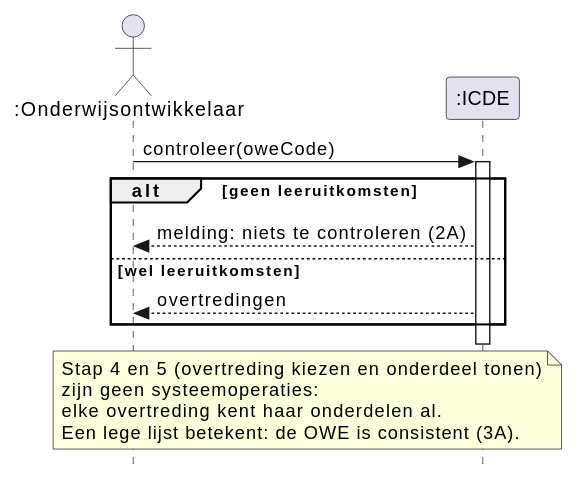
Before: docs/diagrams/ssd-uc05-controleren-consistentie.svg, a diagram exported from PlantUML (HAN-Craftsmanship-KL-JJG/casus). The source it was exported from:
```plantuml
@startuml
skinparam style strictuml
skinparam shadowing false
skinparam defaultFontName Helvetica
hide footbox

actor ":Onderwijsontwikkelaar" as ontwikkelaar
participant ":ICDE" as icde

ontwikkelaar -> icde : controleer(oweCode)
activate icde
alt geen leeruitkomsten
  icde --> ontwikkelaar : melding: niets te controleren (2A)
else wel leeruitkomsten
  icde --> ontwikkelaar : overtredingen
end
deactivate icde
note over ontwikkelaar, icde
  Stap 4 en 5 (overtreding kiezen en onderdeel tonen)
  zijn geen systeemoperaties:
  elke overtreding kent haar onderdelen al.
  Een lege lijst betekent: de OWE is consistent (3A).
end note
@enduml
```
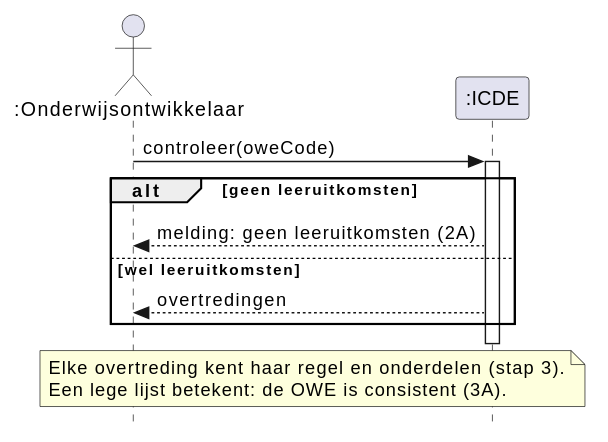
After the commit.

Change to the diagram source:
```diff
@@ -10,15 +10,13 @@
 ontwikkelaar -> icde : controleer(oweCode)
 activate icde
 alt geen leeruitkomsten
-  icde --> ontwikkelaar : melding: niets te controleren (2A)
+  icde --> ontwikkelaar : melding: geen leeruitkomsten (2A)
 else wel leeruitkomsten
   icde --> ontwikkelaar : overtredingen
 end
 deactivate icde
 note over ontwikkelaar, icde
-  Stap 4 en 5 (overtreding kiezen en onderdeel tonen)
-  zijn geen systeemoperaties:
-  elke overtreding kent haar onderdelen al.
+  Elke overtreding kent haar regel en onderdelen (stap 3).
   Een lege lijst betekent: de OWE is consistent (3A).
 end note
 @enduml
```
